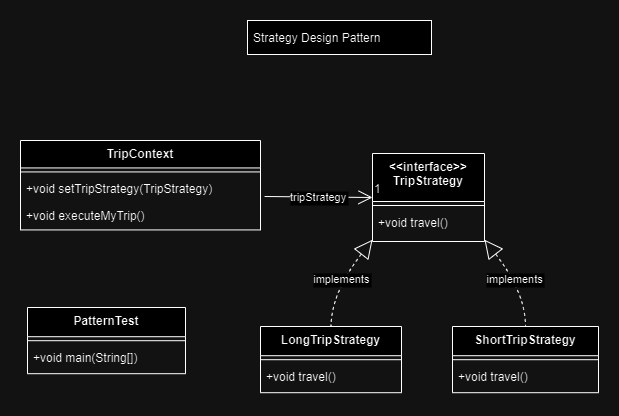
Earlier version of the draw.io export docs/gurupalaniveltech.learning.behavioral.strategy/strategy.drawio.png (gurupalaniveltech/design-pattern). Source tidied: cells renumbered, new cells last; positions are measured from the earlier drawing's top-left corner, leaving out a move shared by most shapes.
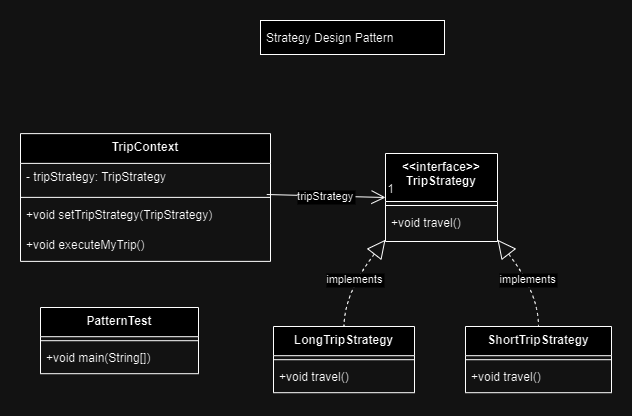
The same diagram one commit later.

The edit, as a diff of the source:
```diff
@@ -20,18 +20,6 @@
     <mxCell id="7" value="+void main(String[])" style="text;strokeColor=none;fillColor=none;align=left;verticalAlign=top;spacingLeft=4;spacingRight=4;overflow=hidden;" parent="5" vertex="1">
       <mxGeometry y="37.2" width="158" height="29" as="geometry" />
     </mxCell>
-    <mxCell id="8" value="TripContext" style="swimlane;fontStyle=1;align=center;verticalAlign=top;horizontal=1;startSize=27.428571428571427;" parent="1" vertex="1">
-      <mxGeometry y="120" width="240" height="89.4" as="geometry" />
-    </mxCell>
-    <mxCell id="9" style="line;strokeWidth=1;fillColor=none;align=left;verticalAlign=middle;spacingTop=-1;spacingLeft=3;spacingRight=3;labelPosition=right;strokeColor=inherit;" parent="8" vertex="1">
-      <mxGeometry y="27.4" width="240" height="8" as="geometry" />
-    </mxCell>
-    <mxCell id="10" value="+void setTripStrategy(TripStrategy)" style="text;strokeColor=none;fillColor=none;align=left;verticalAlign=top;spacingLeft=4;spacingRight=4;overflow=hidden;points=[[0,0.5],[1,0.5]];portConstraint=eastwest;" parent="8" vertex="1">
-      <mxGeometry y="35.4" width="240" height="27" as="geometry" />
-    </mxCell>
-    <mxCell id="11" value="+void executeMyTrip()" style="text;strokeColor=none;fillColor=none;align=left;verticalAlign=top;spacingLeft=4;spacingRight=4;overflow=hidden;" parent="8" vertex="1">
-      <mxGeometry y="62.4" width="240" height="27" as="geometry" />
-    </mxCell>
     <mxCell id="12" value="LongTripStrategy" style="swimlane;fontStyle=1;align=center;verticalAlign=top;horizontal=1;startSize=29.2;" parent="1" vertex="1">
       <mxGeometry x="240" y="306" width="141" height="66.2" as="geometry" />
     </mxCell>
@@ -53,7 +41,7 @@
     <mxCell id="18" value="Strategy Design Pattern " style="align=left;spacingLeft=4;" parent="1" vertex="1">
       <mxGeometry x="227" width="184" height="34" as="geometry" />
     </mxCell>
-    <mxCell id="19" value="tripStrategy" style="curved=1;startArrow=none;endArrow=open;endSize=12;entryX=0;entryY=0.5;rounded=0;entryDx=0;entryDy=0;exitX=1.017;exitY=0.762;exitDx=0;exitDy=0;exitPerimeter=0;" parent="1" edge="1" source="10" target="2">
+    <mxCell id="19" value="tripStrategy" style="curved=1;startArrow=none;endArrow=open;endSize=12;entryX=0;entryY=0.5;rounded=0;entryDx=0;entryDy=0;exitX=0.985;exitY=1.038;exitDx=0;exitDy=0;exitPerimeter=0;" parent="1" edge="1" source="23" target="2">
       <mxGeometry relative="1" as="geometry" />
     </mxCell>
     <mxCell id="20" value="1" style="edgeLabel;labelBackgroundColor=none;fontSize=12;align=left;verticalAlign=bottom;" parent="19" vertex="1">
@@ -73,5 +61,20 @@
         </Array>
       </mxGeometry>
     </mxCell>
+    <mxCell id="8" value="TripContext" style="swimlane;fontStyle=1;align=center;verticalAlign=top;horizontal=1;startSize=29.75;" parent="1" vertex="1">
+      <mxGeometry x="-13" y="113.1" width="250" height="127.8" as="geometry" />
+    </mxCell>
+    <mxCell id="23" value="- tripStrategy: TripStrategy" style="text;strokeColor=none;fillColor=none;align=left;verticalAlign=top;spacingLeft=4;spacingRight=4;overflow=hidden;points=[[0,0.5],[1,0.5]];portConstraint=eastwest;" parent="8" vertex="1">
+      <mxGeometry y="29.8" width="250" height="30" as="geometry" />
+    </mxCell>
+    <mxCell id="24" style="line;strokeWidth=1;fillColor=none;align=left;verticalAlign=middle;spacingTop=-1;spacingLeft=3;spacingRight=3;labelPosition=right;strokeColor=inherit;" parent="8" vertex="1">
+      <mxGeometry y="59.8" width="250" height="8" as="geometry" />
+    </mxCell>
+    <mxCell id="10" value="+void setTripStrategy(TripStrategy)" style="text;strokeColor=none;fillColor=none;align=left;verticalAlign=top;spacingLeft=4;spacingRight=4;overflow=hidden;points=[[0,0.5],[1,0.5]];portConstraint=eastwest;" parent="8" vertex="1">
+      <mxGeometry y="67.8" width="250" height="30" as="geometry" />
+    </mxCell>
+    <mxCell id="11" value="+void executeMyTrip()" style="text;strokeColor=none;fillColor=none;align=left;verticalAlign=top;spacingLeft=4;spacingRight=4;overflow=hidden;" parent="8" vertex="1">
+      <mxGeometry y="97.8" width="250" height="30" as="geometry" />
+    </mxCell>
   </root>
 </mxGraphModel>
```
